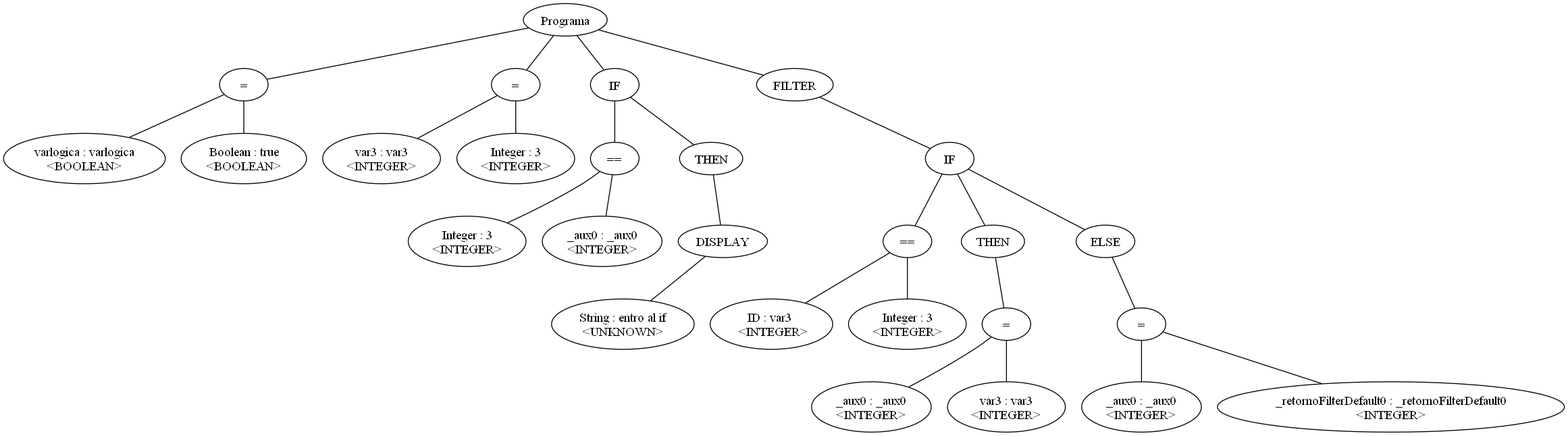
This is arbol.png from leandroprios/compilador, a Graphviz export, as it was before one commit. Its source is kept beside it as arbol.dot.
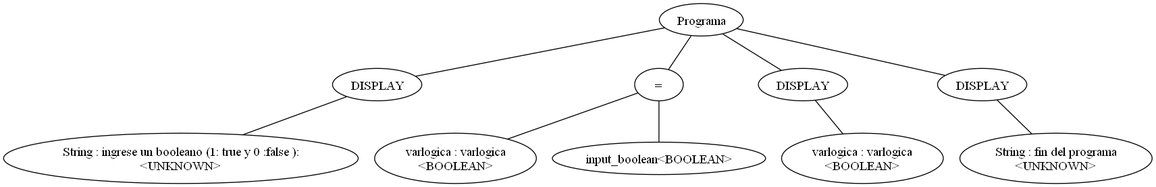
After the commit.

Change to the diagram source:
```diff
@@ -1,55 +1,20 @@
-graph G {nodo_1886840526[label="Programa"]
-nodo_598238425[label="="]
-nodo_1886840526--nodo_598238425
-nodo_1786604716[label="varlogica : varlogica\n<BOOLEAN>"]
-nodo_598238425--nodo_1786604716
-nodo_1663209741[label="Boolean : true\n<BOOLEAN>"]
-nodo_598238425--nodo_1663209741
-nodo_614812465[label="="]
-nodo_1886840526--nodo_614812465
-nodo_1145798096[label="var3 : var3\n<INTEGER>"]
-nodo_614812465--nodo_1145798096
-nodo_1163031033[label="Integer : 3\n<INTEGER>"]
-nodo_614812465--nodo_1163031033
-nodo_848247463[label="IF"]
-nodo_1886840526--nodo_848247463
-nodo_1023218436[label="FILTER"]
-nodo_1886840526--nodo_1023218436
-nodo_600263862[label="IF"]
-nodo_1023218436--nodo_600263862
-nodo_1967930510[label="=="]
-nodo_600263862--nodo_1967930510
-nodo_1054702210[label="ID : var3
- <INTEGER>"]
-nodo_1967930510--nodo_1054702210
-nodo_1785473902[label="Integer : 3\n<INTEGER>"]
-nodo_1967930510--nodo_1785473902
-nodo_1935108201[label="="]
-nodo_180566332--nodo_1935108201
-nodo_1735099073[label="_aux0 : _aux0\n<INTEGER>"]
-nodo_1935108201--nodo_1735099073
-nodo_850918852[label="var3 : var3\n<INTEGER>"]
-nodo_1935108201--nodo_850918852
-nodo_600263862--nodo_180566332
-nodo_180566332[label="THEN"]
-nodo_600263862--nodo_886053294
-nodo_886053294[label="ELSE"]
-nodo_957061031[label="="]
-nodo_886053294--nodo_957061031
-nodo_1909961935[label="_aux0 : _aux0\n<INTEGER>"]
-nodo_957061031--nodo_1909961935
-nodo_1242647998[label="_retornoFilterDefault0 : _retornoFilterDefault0\n<INTEGER>"]
-nodo_957061031--nodo_1242647998
-nodo_728281563[label="=="]
-nodo_848247463--nodo_728281563
-nodo_709872877[label="Integer : 3\n<INTEGER>"]
-nodo_728281563--nodo_709872877
-nodo_614296254[label="_aux0 : _aux0\n<INTEGER>"]
-nodo_728281563--nodo_614296254
-nodo_773301378[label="DISPLAY"]
-nodo_283703541--nodo_773301378
-nodo_1195121501[label="String : entro al if\n<UNKNOWN>"]
-nodo_773301378--nodo_1195121501
-nodo_848247463--nodo_283703541
-nodo_283703541[label="THEN"]
+graph G {nodo_1552246928[label="Programa"]
+nodo_627428702[label="DISPLAY"]
+nodo_1552246928--nodo_627428702
+nodo_672224246[label="String : ingrese un booleano (1: true y 0 :false ):\n<UNKNOWN>"]
+nodo_627428702--nodo_672224246
+nodo_649051391[label="="]
+nodo_1552246928--nodo_649051391
+nodo_1360630098[label="varlogica : varlogica\n<BOOLEAN>"]
+nodo_649051391--nodo_1360630098
+nodo_649051391--nodo_1520281874
+nodo_1520281874[label="input_boolean<BOOLEAN>"]
+nodo_2016534356[label="DISPLAY"]
+nodo_1552246928--nodo_2016534356
+nodo_589483241[label="varlogica : varlogica\n<BOOLEAN>"]
+nodo_2016534356--nodo_589483241
+nodo_1043090142[label="DISPLAY"]
+nodo_1552246928--nodo_1043090142
+nodo_164536624[label="String : fin del programa\n<UNKNOWN>"]
+nodo_1043090142--nodo_164536624
 }
```
